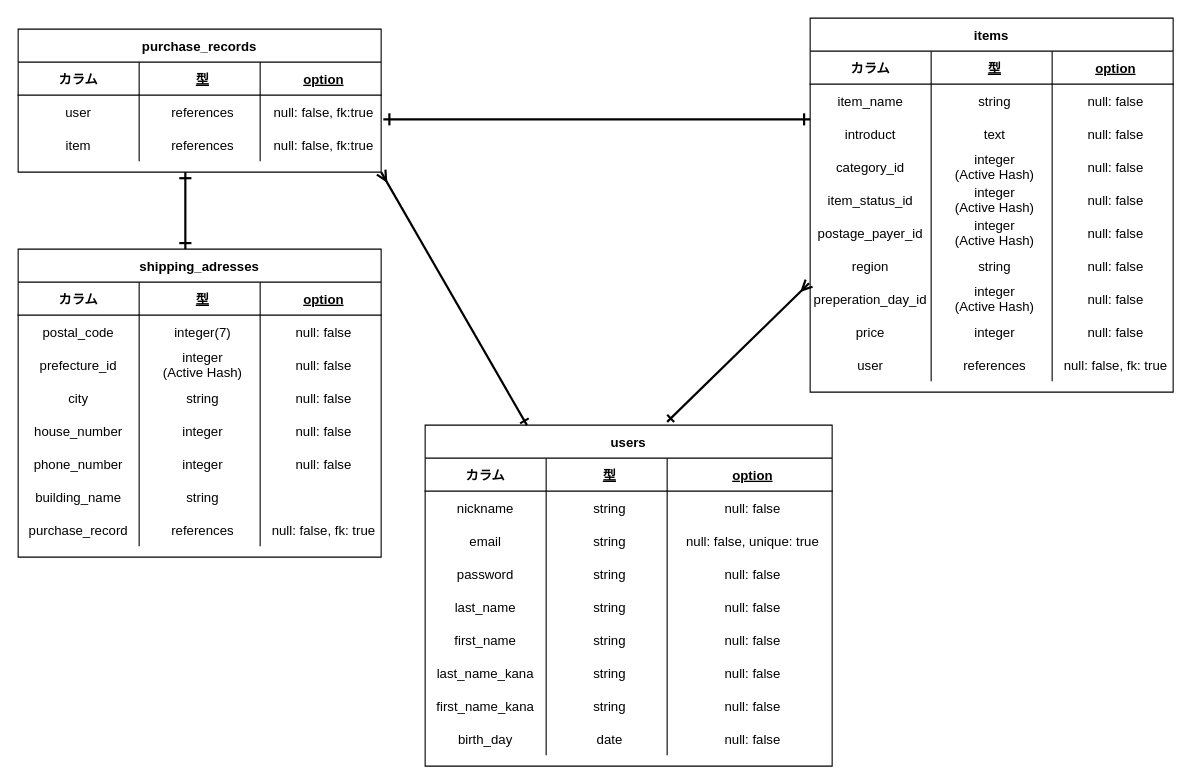
Earlier version of the draw.io diagram ER.dio (hi-roto/furima-32883). Source tidied: cells renumbered, new cells numbered last; positions are measured from the earlier drawing's top-left corner, leaving out a move shared by most shapes. Both pictures are drawn from the tidied source at 110%, with x=0, y=0 at pixel (18, 18).
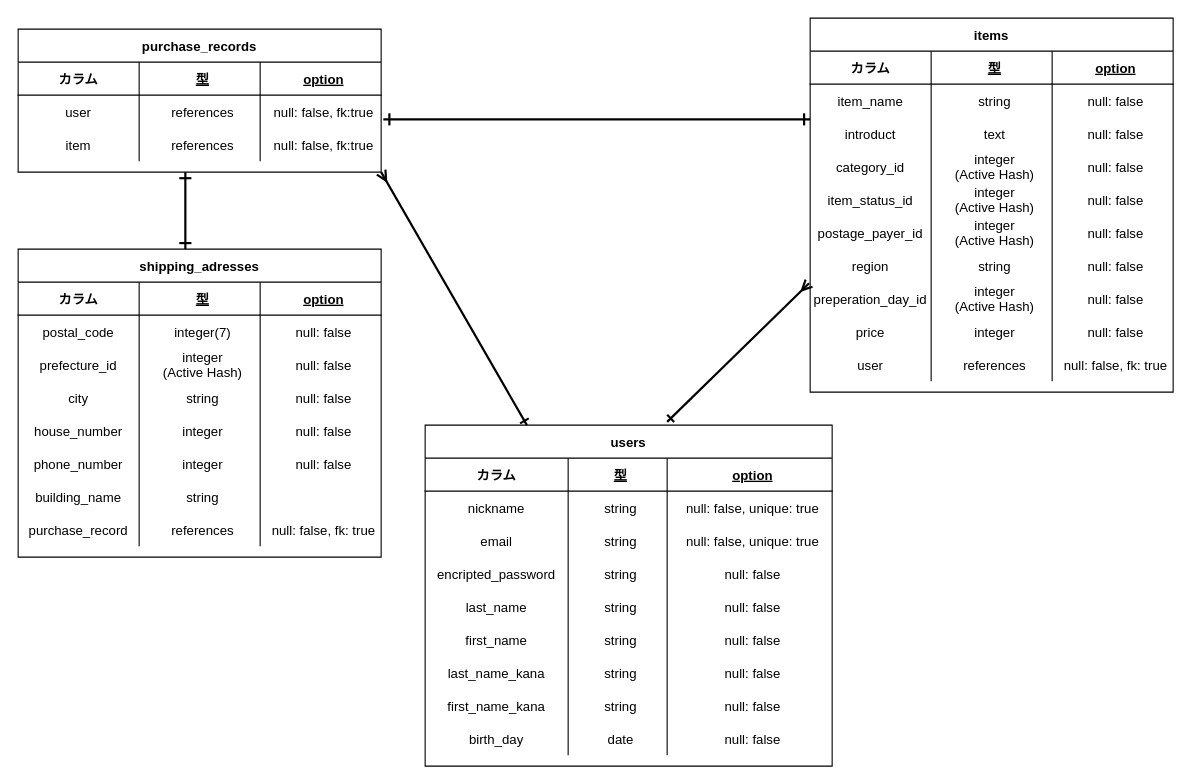
Above is the later version.

Commit message (it also covers changes not shown here):
passwordカラム名の変更

nicknameカラムについても一意制限がかかっていたので、オプションに追記

The change refers to these unchanged cells:
```xml
<mxCell id="3" style="shape=partialRectangle;fillColor=none;top=0;left=0;bottom=1;right=0;" parent="2" vertex="1">
  <mxGeometry y="30" width="370" height="30" as="geometry" />
</mxCell>
<mxCell id="7" style="shape=partialRectangle;fillColor=none;top=0;left=0;bottom=0;right=0;" parent="2" vertex="1">
  <mxGeometry y="60" width="370" height="30" as="geometry" />
</mxCell>
<mxCell id="11" style="shape=partialRectangle;fillColor=none;top=0;left=0;bottom=0;right=0;" parent="2" vertex="1">
  <mxGeometry y="90" width="370" height="30" as="geometry" />
</mxCell>
<mxCell id="15" style="shape=partialRectangle;fillColor=none;top=0;left=0;bottom=0;right=0;" parent="2" vertex="1">
  <mxGeometry y="120" width="370" height="30" as="geometry" />
</mxCell>
<mxCell id="19" style="shape=partialRectangle;fillColor=none;top=0;left=0;bottom=0;right=0;" parent="2" vertex="1">
  <mxGeometry y="150" width="370" height="30" as="geometry" />
</mxCell>
<mxCell id="23" style="shape=partialRectangle;fillColor=none;top=0;left=0;bottom=0;right=0;" parent="2" vertex="1">
  <mxGeometry y="180" width="370" height="30" as="geometry" />
</mxCell>
<mxCell id="27" style="shape=partialRectangle;fillColor=none;top=0;left=0;bottom=0;right=0;" parent="2" vertex="1">
  <mxGeometry y="210" width="370" height="30" as="geometry" />
</mxCell>
<mxCell id="31" style="shape=partialRectangle;fillColor=none;top=0;left=0;bottom=0;right=0;" parent="2" vertex="1">
  <mxGeometry y="240" width="370" height="30" as="geometry" />
</mxCell>
<mxCell id="35" style="shape=partialRectangle;fillColor=none;top=0;left=0;bottom=0;right=0;" parent="2" vertex="1">
  <mxGeometry y="270" width="370" height="30" as="geometry" />
</mxCell>
```

Diff of the diagram source:
```diff
@@
     <mxCell id="4" value="カラム" style="shape=partialRectangle;fillColor=none;top=0;left=0;bottom=0;right=0;fontStyle=1;overflow=hidden;" parent="3" vertex="1">
-      <mxGeometry width="110" height="30" as="geometry" />
+      <mxGeometry width="130" height="30" as="geometry" />
     </mxCell>
     <mxCell id="5" value="型" style="shape=partialRectangle;fillColor=none;top=0;left=0;bottom=0;right=0;align=center;spacingLeft=6;fontStyle=5;overflow=hidden;" parent="3" vertex="1">
-      <mxGeometry x="110" width="110" height="30" as="geometry" />
+      <mxGeometry x="130" width="90" height="30" as="geometry" />
     </mxCell>
@@
     <mxCell id="8" value="nickname" style="shape=partialRectangle;fillColor=none;top=0;left=0;bottom=0;right=0;overflow=hidden;" parent="7" vertex="1">
-      <mxGeometry width="110" height="30" as="geometry" />
+      <mxGeometry width="130" height="30" as="geometry" />
     </mxCell>
     <mxCell id="9" value="string" style="shape=partialRectangle;fillColor=none;top=0;left=0;bottom=0;right=0;align=center;spacingLeft=6;overflow=hidden;" parent="7" vertex="1">
-      <mxGeometry x="110" width="110" height="30" as="geometry" />
+      <mxGeometry x="130" width="90" height="30" as="geometry" />
     </mxCell>
-    <mxCell id="10" value="null: false" style="shape=partialRectangle;fillColor=none;top=0;left=0;bottom=0;right=0;align=center;spacingLeft=6;overflow=hidden;" parent="7" vertex="1">
+    <mxCell id="10" value="null: false, unique: true" style="shape=partialRectangle;fillColor=none;top=0;left=0;bottom=0;right=0;align=center;spacingLeft=6;overflow=hidden;" parent="7" vertex="1">
       <mxGeometry x="220" width="150" height="30" as="geometry" />
     </mxCell>
@@
     <mxCell id="12" value="email" style="shape=partialRectangle;fillColor=none;top=0;left=0;bottom=0;right=0;overflow=hidden;" parent="11" vertex="1">
-      <mxGeometry width="110" height="30" as="geometry" />
+      <mxGeometry width="130" height="30" as="geometry" />
     </mxCell>
     <mxCell id="13" value="string" style="shape=partialRectangle;fillColor=none;top=0;left=0;bottom=0;right=0;align=center;spacingLeft=6;overflow=hidden;" parent="11" vertex="1">
-      <mxGeometry x="110" width="110" height="30" as="geometry" />
+      <mxGeometry x="130" width="90" height="30" as="geometry" />
     </mxCell>
@@
-    <mxCell id="16" value="password" style="shape=partialRectangle;fillColor=none;top=0;left=0;bottom=0;right=0;overflow=hidden;" parent="15" vertex="1">
-      <mxGeometry width="110" height="30" as="geometry" />
+    <mxCell id="16" value="encripted_password" style="shape=partialRectangle;fillColor=none;top=0;left=0;bottom=0;right=0;overflow=hidden;" parent="15" vertex="1">
+      <mxGeometry width="130" height="30" as="geometry" />
     </mxCell>
     <mxCell id="17" value="string" style="shape=partialRectangle;fillColor=none;top=0;left=0;bottom=0;right=0;align=center;spacingLeft=6;overflow=hidden;" parent="15" vertex="1">
-      <mxGeometry x="110" width="110" height="30" as="geometry" />
+      <mxGeometry x="130" width="90" height="30" as="geometry" />
     </mxCell>
@@
     <mxCell id="20" value="last_name" style="shape=partialRectangle;fillColor=none;top=0;left=0;bottom=0;right=0;overflow=hidden;" parent="19" vertex="1">
-      <mxGeometry width="110" height="30" as="geometry" />
+      <mxGeometry width="130" height="30" as="geometry" />
     </mxCell>
     <mxCell id="21" value="string" style="shape=partialRectangle;fillColor=none;top=0;left=0;bottom=0;right=0;align=center;spacingLeft=6;overflow=hidden;" parent="19" vertex="1">
-      <mxGeometry x="110" width="110" height="30" as="geometry" />
+      <mxGeometry x="130" width="90" height="30" as="geometry" />
     </mxCell>
@@
     <mxCell id="24" value="first_name" style="shape=partialRectangle;fillColor=none;top=0;left=0;bottom=0;right=0;overflow=hidden;" parent="23" vertex="1">
-      <mxGeometry width="110" height="30" as="geometry" />
+      <mxGeometry width="130" height="30" as="geometry" />
     </mxCell>
     <mxCell id="25" value="string" style="shape=partialRectangle;fillColor=none;top=0;left=0;bottom=0;right=0;align=center;spacingLeft=6;overflow=hidden;" parent="23" vertex="1">
-      <mxGeometry x="110" width="110" height="30" as="geometry" />
+      <mxGeometry x="130" width="90" height="30" as="geometry" />
     </mxCell>
@@
     <mxCell id="28" value="last_name_kana" style="shape=partialRectangle;fillColor=none;top=0;left=0;bottom=0;right=0;overflow=hidden;" parent="27" vertex="1">
-      <mxGeometry width="110" height="30" as="geometry" />
+      <mxGeometry width="130" height="30" as="geometry" />
     </mxCell>
     <mxCell id="29" value="string" style="shape=partialRectangle;fillColor=none;top=0;left=0;bottom=0;right=0;align=center;spacingLeft=6;overflow=hidden;" parent="27" vertex="1">
-      <mxGeometry x="110" width="110" height="30" as="geometry" />
+      <mxGeometry x="130" width="90" height="30" as="geometry" />
     </mxCell>
@@
     <mxCell id="32" value="first_name_kana" style="shape=partialRectangle;fillColor=none;top=0;left=0;bottom=0;right=0;overflow=hidden;" parent="31" vertex="1">
-      <mxGeometry width="110" height="30" as="geometry" />
+      <mxGeometry width="130" height="30" as="geometry" />
     </mxCell>
     <mxCell id="33" value="string" style="shape=partialRectangle;fillColor=none;top=0;left=0;bottom=0;right=0;align=center;spacingLeft=6;overflow=hidden;" parent="31" vertex="1">
-      <mxGeometry x="110" width="110" height="30" as="geometry" />
+      <mxGeometry x="130" width="90" height="30" as="geometry" />
     </mxCell>
@@
     <mxCell id="36" value="birth_day" style="shape=partialRectangle;fillColor=none;top=0;left=0;bottom=0;right=0;overflow=hidden;" parent="35" vertex="1">
-      <mxGeometry width="110" height="30" as="geometry" />
+      <mxGeometry width="130" height="30" as="geometry" />
     </mxCell>
     <mxCell id="37" value="date" style="shape=partialRectangle;fillColor=none;top=0;left=0;bottom=0;right=0;align=center;spacingLeft=6;overflow=hidden;" parent="35" vertex="1">
-      <mxGeometry x="110" width="110" height="30" as="geometry" />
+      <mxGeometry x="130" width="90" height="30" as="geometry" />
     </mxCell>
```
